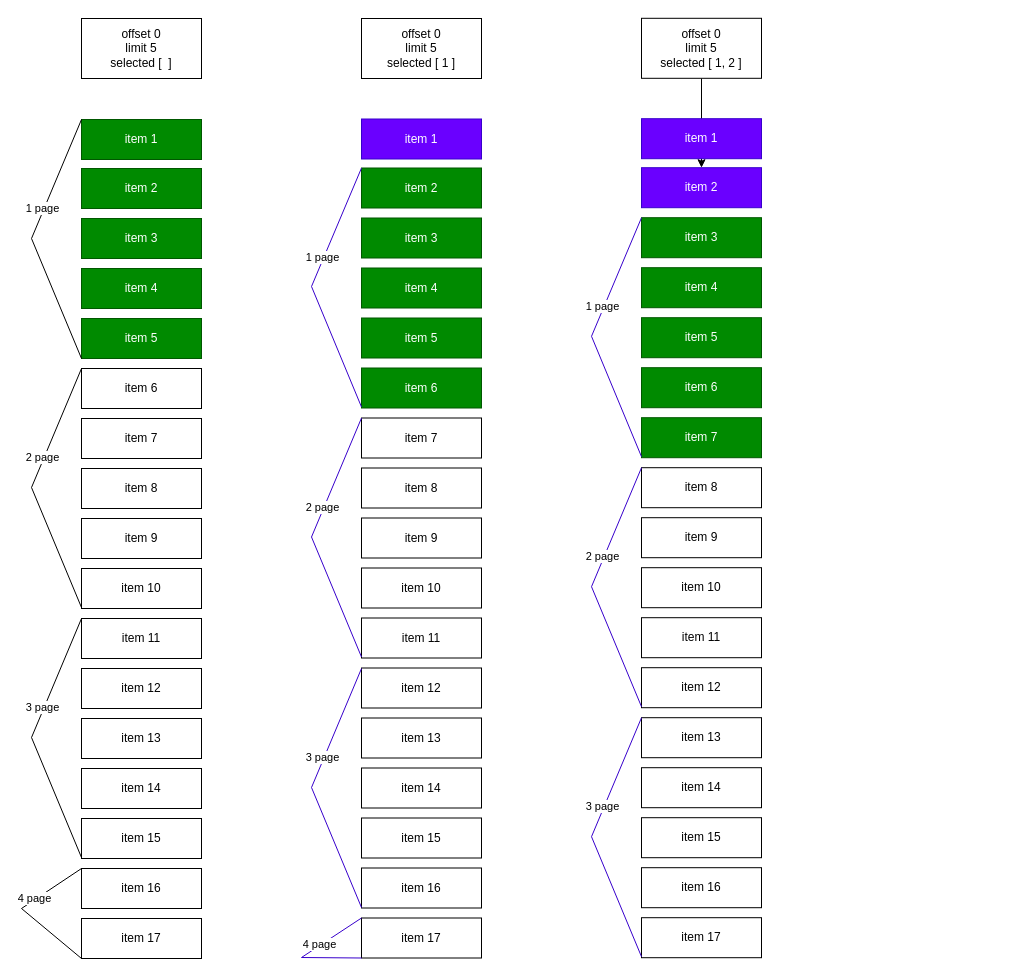
Earlier version of the draw.io diagram постраничный вывод вещей.drawio (KmvRoman/Diagrams). Source tidied: cells renumbered, new cells numbered last; positions are measured from the earlier drawing's top-left corner, leaving out a move shared by most shapes. Both pictures are drawn from the tidied source at 100%, with x=0, y=0 at pixel (21, 18).
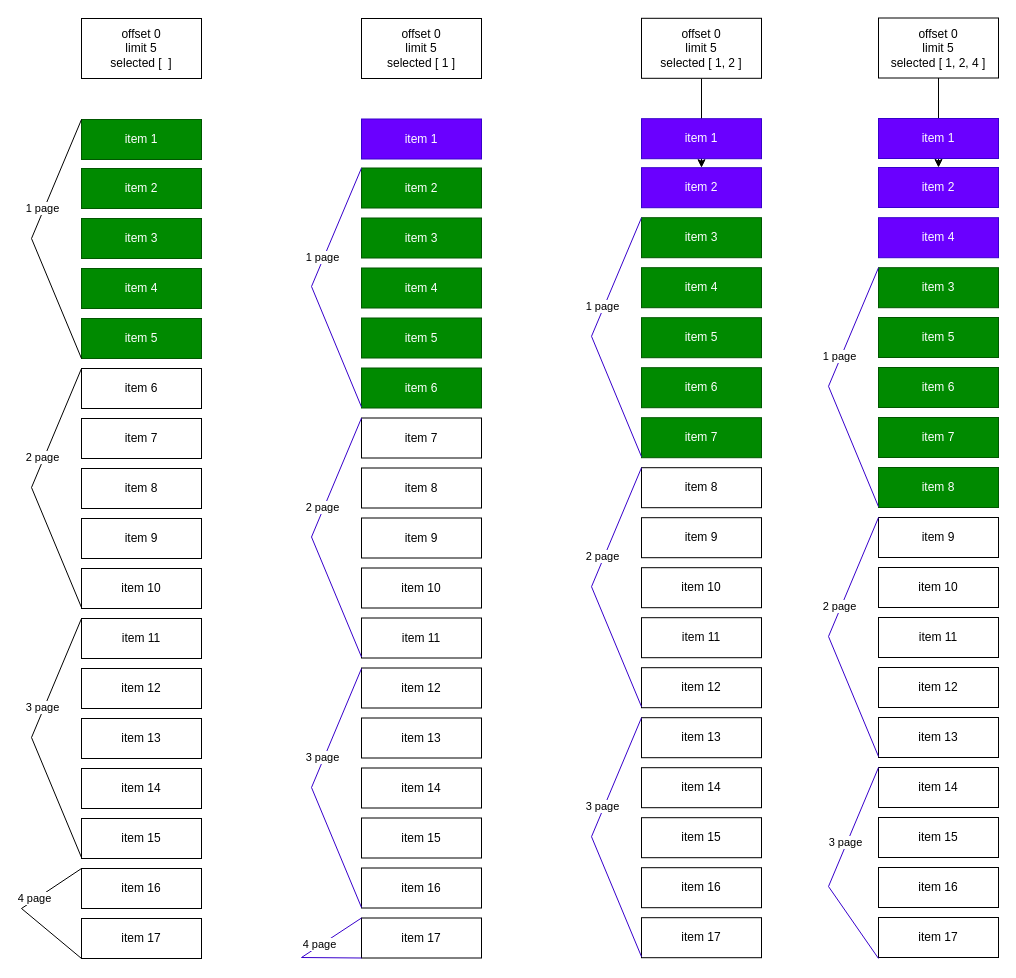
The same diagram, later.

Diff of the diagram source:
```diff
@@
+    <mxCell id="79" style="edgeStyle=orthogonalEdgeStyle;rounded=0;jettySize=auto;html=1;" parent="1" edge="1" source="80" target="82">
+      <mxGeometry relative="1" as="geometry" />
+    </mxCell>
+    <mxCell id="80" value="offset 0&lt;br&gt;limit 5&lt;br&gt;selected [ 1, 2, 4 ]" style="rounded=0;whiteSpace=wrap;html=1;" parent="1" vertex="1">
+      <mxGeometry x="857" y="-0.5" width="120" height="60" as="geometry" />
+    </mxCell>
+    <mxCell id="81" value="item 1" style="rounded=0;whiteSpace=wrap;html=1;fillColor=#6a00ff;fontColor=#ffffff;strokeColor=#3700CC;" parent="1" vertex="1">
+      <mxGeometry x="857" y="100" width="120" height="40" as="geometry" />
+    </mxCell>
+    <mxCell id="82" value="item 2" style="rounded=0;whiteSpace=wrap;html=1;fillColor=#6a00ff;fontColor=#ffffff;strokeColor=#3700CC;" parent="1" vertex="1">
+      <mxGeometry x="857" y="149" width="120" height="40" as="geometry" />
+    </mxCell>
+    <mxCell id="83" value="item 5" style="rounded=0;whiteSpace=wrap;html=1;fillColor=#008a00;fontColor=#ffffff;strokeColor=#005700;" parent="1" vertex="1">
+      <mxGeometry x="857" y="299" width="120" height="40" as="geometry" />
+    </mxCell>
+    <mxCell id="84" value="item 3" style="rounded=0;whiteSpace=wrap;html=1;fillColor=#008a00;fontColor=#ffffff;strokeColor=#005700;" parent="1" vertex="1">
+      <mxGeometry x="857" y="249.2" width="120" height="40" as="geometry" />
+    </mxCell>
+    <mxCell id="85" value="item 4" style="rounded=0;whiteSpace=wrap;html=1;fillColor=#6a00ff;fontColor=#ffffff;strokeColor=#3700CC;" parent="1" vertex="1">
+      <mxGeometry x="857" y="199.2" width="120" height="40" as="geometry" />
+    </mxCell>
+    <mxCell id="86" value="item 6" style="rounded=0;whiteSpace=wrap;html=1;fillColor=#008a00;fontColor=#ffffff;strokeColor=#005700;" parent="1" vertex="1">
+      <mxGeometry x="857" y="349" width="120" height="40" as="geometry" />
+    </mxCell>
+    <mxCell id="87" value="item 7" style="rounded=0;whiteSpace=wrap;html=1;fillColor=#008a00;fontColor=#ffffff;strokeColor=#005700;" parent="1" vertex="1">
+      <mxGeometry x="857" y="399" width="120" height="40" as="geometry" />
+    </mxCell>
+    <mxCell id="88" value="item 8" style="rounded=0;whiteSpace=wrap;html=1;fillColor=#008a00;fontColor=#ffffff;strokeColor=#005700;" parent="1" vertex="1">
+      <mxGeometry x="857" y="449" width="120" height="40" as="geometry" />
+    </mxCell>
+    <mxCell id="89" value="item 9" style="rounded=0;whiteSpace=wrap;html=1;" parent="1" vertex="1">
+      <mxGeometry x="857" y="499" width="120" height="40" as="geometry" />
+    </mxCell>
+    <mxCell id="90" value="item 10" style="rounded=0;whiteSpace=wrap;html=1;" parent="1" vertex="1">
+      <mxGeometry x="857" y="549" width="120" height="40" as="geometry" />
+    </mxCell>
+    <mxCell id="91" value="item 11" style="rounded=0;whiteSpace=wrap;html=1;" parent="1" vertex="1">
+      <mxGeometry x="857" y="599" width="120" height="40" as="geometry" />
+    </mxCell>
+    <mxCell id="92" value="item 12" style="rounded=0;whiteSpace=wrap;html=1;" parent="1" vertex="1">
+      <mxGeometry x="857" y="649" width="120" height="40" as="geometry" />
+    </mxCell>
+    <mxCell id="93" value="item 14" style="rounded=0;whiteSpace=wrap;html=1;" parent="1" vertex="1">
+      <mxGeometry x="857" y="749" width="120" height="40" as="geometry" />
+    </mxCell>
+    <mxCell id="94" value="item 13" style="rounded=0;whiteSpace=wrap;html=1;" parent="1" vertex="1">
+      <mxGeometry x="857" y="699" width="120" height="40" as="geometry" />
+    </mxCell>
+    <mxCell id="95" value="item 15" style="rounded=0;whiteSpace=wrap;html=1;" parent="1" vertex="1">
+      <mxGeometry x="857" y="799" width="120" height="40" as="geometry" />
+    </mxCell>
+    <mxCell id="96" value="item 16" style="rounded=0;whiteSpace=wrap;html=1;" parent="1" vertex="1">
+      <mxGeometry x="857" y="849" width="120" height="40" as="geometry" />
+    </mxCell>
+    <mxCell id="97" value="item 17" style="rounded=0;whiteSpace=wrap;html=1;" parent="1" vertex="1">
+      <mxGeometry x="857" y="899" width="120" height="40" as="geometry" />
+    </mxCell>
+    <mxCell id="98" style="endArrow=none;html=1;rounded=0;exitX=0;exitY=1;exitDx=0;exitDy=0;entryX=0;entryY=0;entryDx=0;entryDy=0;fillColor=#6a00ff;strokeColor=#3700CC;" parent="1" edge="1">
+      <mxGeometry relative="1" as="geometry">
+        <mxPoint x="857" y="488.2" as="sourcePoint" />
+        <mxPoint x="857" y="249.2" as="targetPoint" />
+        <Array as="points">
+          <mxPoint x="807" y="367.8" />
+        </Array>
+      </mxGeometry>
+    </mxCell>
+    <mxCell id="99" value="1 page" style="edgeLabel;html=1;align=center;verticalAlign=middle;" parent="98" vertex="1">
+      <mxGeometry x="0.25" y="2" relative="1" as="geometry" />
+    </mxCell>
+    <mxCell id="100" style="endArrow=none;html=1;rounded=0;exitX=0;exitY=1;exitDx=0;exitDy=0;entryX=0;entryY=0;entryDx=0;entryDy=0;fillColor=#6a00ff;strokeColor=#3700CC;" parent="1" edge="1">
+      <mxGeometry relative="1" as="geometry">
+        <mxPoint x="857" y="738" as="sourcePoint" />
+        <mxPoint x="857" y="499" as="targetPoint" />
+        <Array as="points">
+          <mxPoint x="807" y="618" />
+        </Array>
+      </mxGeometry>
+    </mxCell>
+    <mxCell id="101" value="2 page" style="edgeLabel;html=1;align=center;verticalAlign=middle;" parent="100" vertex="1">
+      <mxGeometry x="0.25" y="2" relative="1" as="geometry" />
+    </mxCell>
+    <mxCell id="102" style="endArrow=none;html=1;rounded=0;entryX=0;entryY=0;entryDx=0;entryDy=0;fillColor=#6a00ff;strokeColor=#3700CC;" parent="1" edge="1">
+      <mxGeometry relative="1" as="geometry">
+        <mxPoint x="857" y="940" as="sourcePoint" />
+        <mxPoint x="857" y="749" as="targetPoint" />
+        <Array as="points">
+          <mxPoint x="807" y="868" />
+        </Array>
+      </mxGeometry>
+    </mxCell>
+    <mxCell id="103" value="3 page" style="edgeLabel;html=1;align=center;verticalAlign=middle;" parent="102" vertex="1">
+      <mxGeometry x="0.25" y="2" relative="1" as="geometry" />
+    </mxCell>
```
